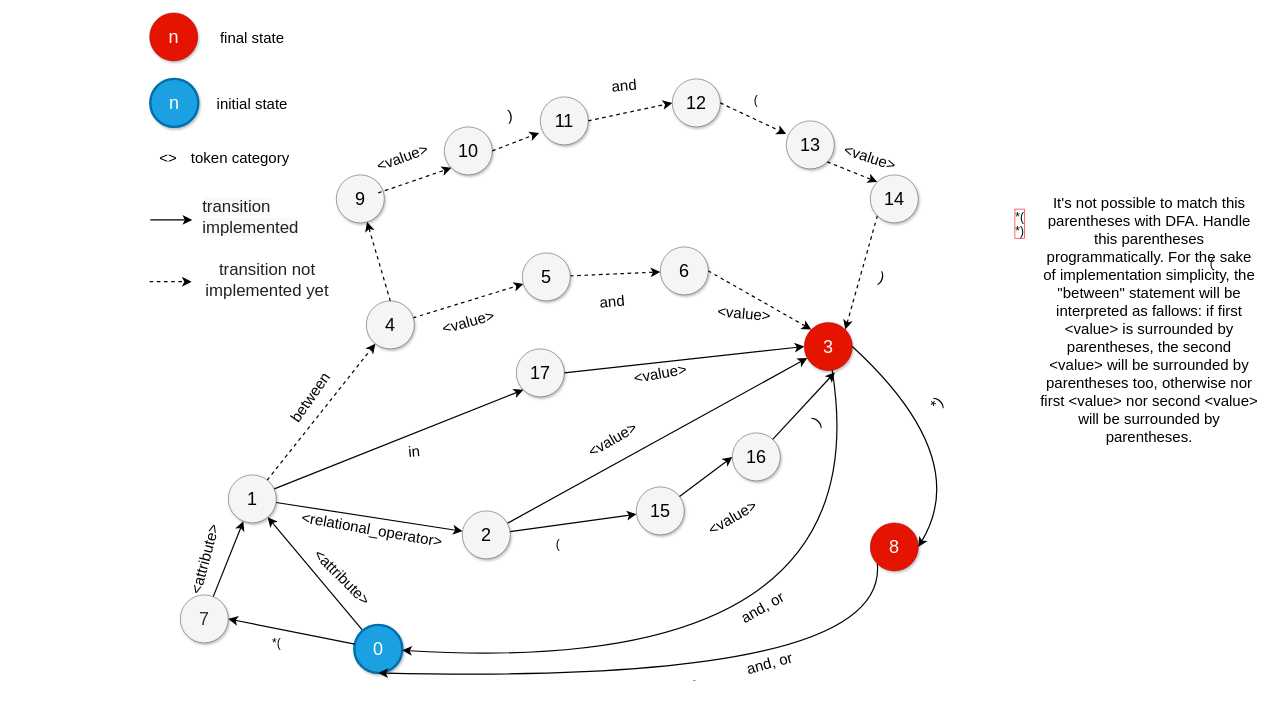
This is hyper-resource-operations.drawio from IDEHCO3/hyper-resource-sanic, a draw.io file, before an edit. Source tidied: cells renumbered, new cells numbered last; positions are measured from the earlier drawing's top-left corner, leaving out a move shared by most shapes. Both pictures are drawn from the tidied source at 60%, with x=0, y=0 at pixel (149, 13).
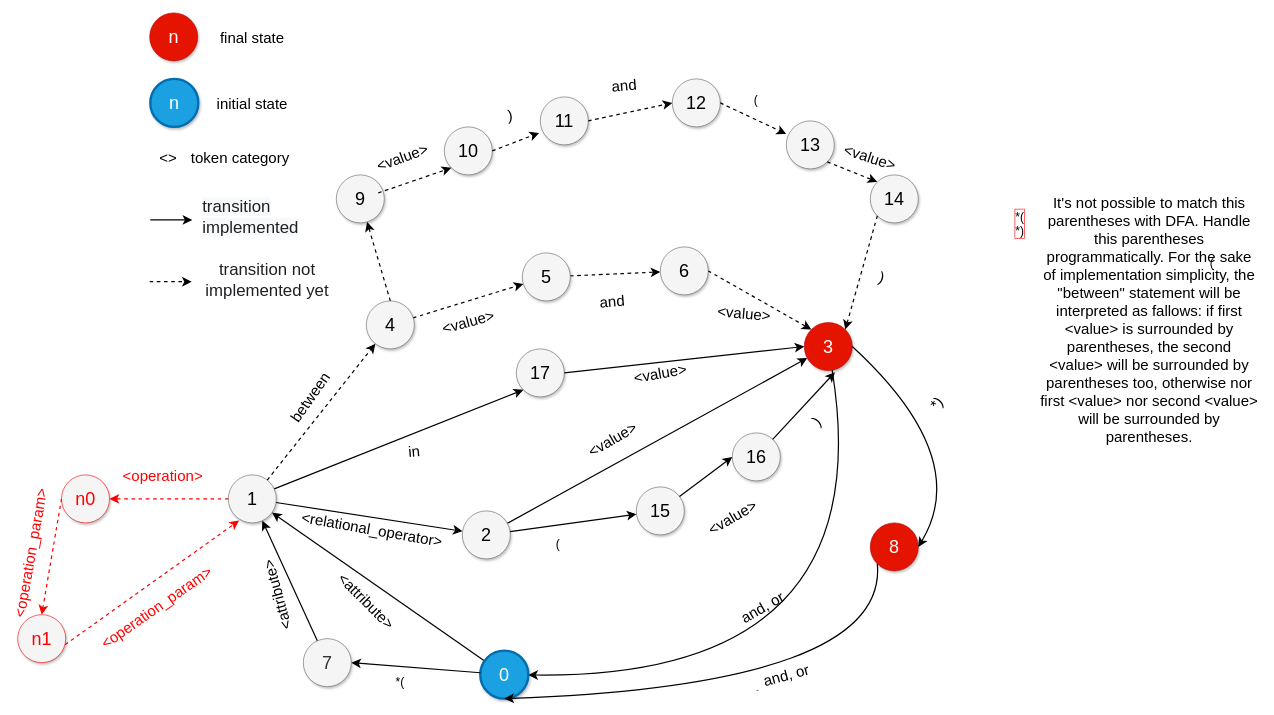
The same diagram, later.

Commit message (it also covers changes not shown here):
Added conceptual state machine that covers operations in filter

The change refers to these unchanged cells:
```xml
<mxCell id="6" value="1" style="ellipse;whiteSpace=wrap;html=1;rounded=0;shadow=1;strokeColor=#666666;strokeWidth=1;fontSize=30;align=center;fillColor=#f5f5f5;" parent="1" vertex="1">
  <mxGeometry x="131" y="770" width="80" height="80" as="geometry" />
</mxCell>
```

Diff of the diagram source:
```diff
@@
     <mxCell id="3" value="0" style="ellipse;whiteSpace=wrap;html=1;rounded=0;shadow=1;strokeColor=#006EAF;strokeWidth=4;fontSize=30;align=center;fillColor=#1ba1e2;fontColor=#ffffff;" parent="1" vertex="1">
-      <mxGeometry x="341" y="1020" width="80" height="80" as="geometry" />
+      <mxGeometry x="551" y="1062.9" width="80" height="80" as="geometry" />
     </mxCell>
@@
     <mxCell id="17" value="7" style="ellipse;whiteSpace=wrap;html=1;rounded=0;shadow=1;strokeWidth=1;fontSize=30;align=center;fillColor=#f5f5f5;strokeColor=#666666;fontColor=#333333;" parent="1" vertex="1">
-      <mxGeometry x="51" y="970" width="80" height="80" as="geometry" />
+      <mxGeometry x="256" y="1042.9" width="80" height="80" as="geometry" />
     </mxCell>
@@
-    <mxCell id="27" value="&amp;lt;attribute&amp;gt;" style="text;html=1;strokeColor=none;fillColor=none;align=center;verticalAlign=middle;whiteSpace=wrap;rounded=0;shadow=1;labelBackgroundColor=none;fontSize=25;rotation=-75;" parent="1" vertex="1">
-      <mxGeometry x="80" y="900" width="22" height="20" as="geometry" />
+    <mxCell id="27" value="&amp;lt;attribute&amp;gt;" style="text;html=1;strokeColor=none;fillColor=none;align=center;verticalAlign=middle;whiteSpace=wrap;rounded=0;shadow=1;labelBackgroundColor=none;fontSize=25;rotation=-105;" parent="1" vertex="1">
+      <mxGeometry x="201" y="960" width="22" height="20" as="geometry" />
     </mxCell>
@@
     <mxCell id="45" value="&amp;lt;attribute&amp;gt;" style="text;html=1;strokeColor=none;fillColor=none;align=center;verticalAlign=middle;whiteSpace=wrap;rounded=0;shadow=1;labelBackgroundColor=none;fontSize=25;rotation=45;" parent="1" vertex="1">
-      <mxGeometry x="311" y="930" width="22" height="20" as="geometry" />
+      <mxGeometry x="351" y="970" width="22" height="20" as="geometry" />
     </mxCell>
@@
     <mxCell id="51" value="and, or" style="text;html=1;strokeColor=none;fillColor=none;align=center;verticalAlign=middle;whiteSpace=wrap;rounded=0;shadow=1;labelBackgroundColor=none;fontSize=25;rotation=-15;" parent="1" vertex="1">
-      <mxGeometry x="962.7" y="1062.9" width="140" height="40" as="geometry" />
+      <mxGeometry x="991" y="1082.9" width="140" height="40" as="geometry" />
     </mxCell>
@@
+    <mxCell id="80" value="n0" style="ellipse;whiteSpace=wrap;html=1;rounded=0;shadow=1;strokeWidth=1;fontSize=30;align=center;fillColor=#f5f5f5;strokeColor=#FF0000;labelBackgroundColor=none;fontColor=#FF0000;" parent="1" vertex="1">
+      <mxGeometry x="-147" y="770" width="80" height="80" as="geometry" />
+    </mxCell>
+    <mxCell id="81" style="edgeStyle=none;curved=1;html=1;startSize=10;endFill=1;endSize=10;strokeWidth=2;fontSize=12;dashed=1;exitX=0;exitY=0.5;exitDx=0;exitDy=0;entryX=1;entryY=0.5;entryDx=0;entryDy=0;strokeColor=#FF0000;" parent="1" edge="1" source="6" target="80">
+      <mxGeometry relative="1" as="geometry" />
+    </mxCell>
+    <mxCell id="82" value="&amp;lt;operation&amp;gt;" style="text;html=1;strokeColor=none;fillColor=none;align=center;verticalAlign=middle;whiteSpace=wrap;rounded=0;shadow=1;labelBackgroundColor=none;fontSize=25;rotation=0;fontColor=#FF0000;" parent="1" vertex="1">
+      <mxGeometry x="11" y="760" width="22" height="20" as="geometry" />
+    </mxCell>
+    <mxCell id="83" value="n1" style="ellipse;whiteSpace=wrap;html=1;rounded=0;shadow=1;strokeWidth=1;fontSize=30;align=center;fillColor=#f5f5f5;strokeColor=#FF0000;fontColor=#FF0000;" parent="1" vertex="1">
+      <mxGeometry x="-220" y="1002.9" width="80" height="80" as="geometry" />
+    </mxCell>
+    <mxCell id="84" style="edgeStyle=none;curved=1;html=1;startSize=10;endFill=1;endSize=10;strokeWidth=2;fontSize=12;dashed=1;exitX=0;exitY=0.5;exitDx=0;exitDy=0;entryX=0.5;entryY=0;entryDx=0;entryDy=0;strokeColor=#FF0000;" parent="1" edge="1" source="80" target="83">
+      <mxGeometry relative="1" as="geometry" />
+    </mxCell>
+    <mxCell id="85" style="edgeStyle=none;curved=1;html=1;startSize=10;endFill=1;endSize=10;strokeWidth=2;fontSize=12;dashed=1;exitX=0.988;exitY=0.625;exitDx=0;exitDy=0;entryX=0.225;entryY=0.95;entryDx=0;entryDy=0;exitPerimeter=0;entryPerimeter=0;strokeColor=#FF0000;" parent="1" edge="1" source="83" target="6">
+      <mxGeometry relative="1" as="geometry" />
+    </mxCell>
+    <mxCell id="86" value="&amp;lt;operation_param&amp;gt;" style="text;html=1;strokeColor=none;fillColor=none;align=center;verticalAlign=middle;whiteSpace=wrap;rounded=0;shadow=1;labelBackgroundColor=none;fontSize=25;rotation=-80;fontColor=#FF0000;" parent="1" vertex="1">
+      <mxGeometry x="-210" y="890" width="22" height="20" as="geometry" />
+    </mxCell>
+    <mxCell id="87" value="&amp;lt;operation_param&amp;gt;" style="text;html=1;strokeColor=none;fillColor=none;align=center;verticalAlign=middle;whiteSpace=wrap;rounded=0;shadow=1;labelBackgroundColor=none;fontSize=25;rotation=-35;fontColor=#FF0000;" parent="1" vertex="1">
+      <mxGeometry y="980" width="22" height="20" as="geometry" />
+    </mxCell>
```
